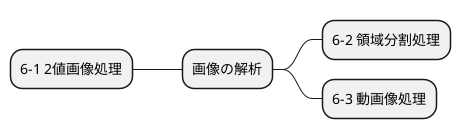
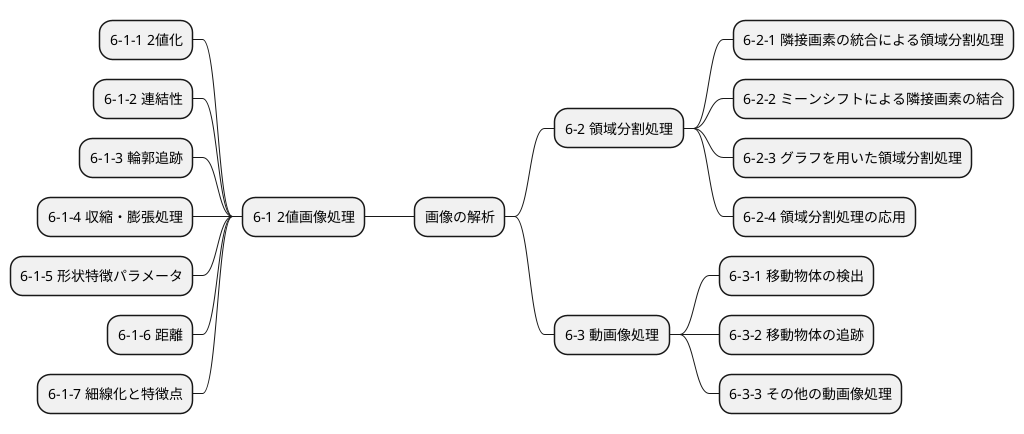
@startmindmap img_proc_basic_06
+ 画像の解析
-- 6-1 2値画像処理
+ --- 6-1-1 2値化
+ --- 6-1-2 連結性
+ --- 6-1-3 輪郭追跡
+ --- 6-1-4 収縮・膨張処理
+ --- 6-1-5 形状特徴パラメータ
+ --- 6-1-6 距離
+ --- 6-1-7 細線化と特徴点
++ 6-2 領域分割処理
+ +++ 6-2-1 隣接画素の統合による領域分割処理
+ +++ 6-2-2 ミーンシフトによる隣接画素の結合
+ +++ 6-2-3 グラフを用いた領域分割処理
+ +++ 6-2-4 領域分割処理の応用
++ 6-3 動画像処理
+ +++ 6-3-1 移動物体の検出
+ +++ 6-3-2 移動物体の追跡
+ +++ 6-3-3 その他の動画像処理
@endmindmap
